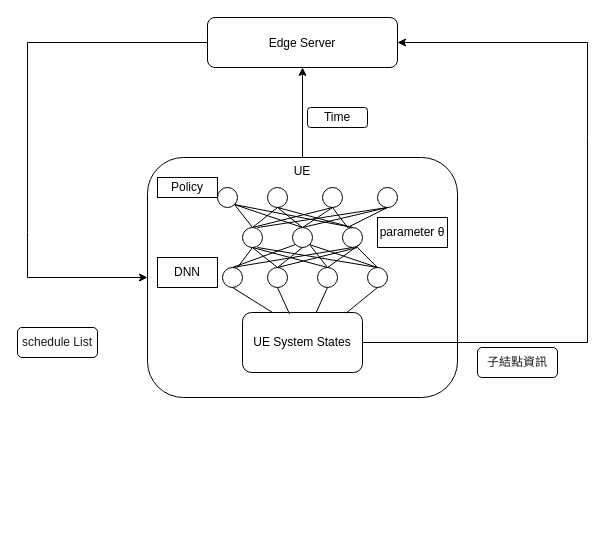
Earlier version of the draw.io diagram page "Page-1" (1 of 3) of RL_Choice.drawio (108703054nccu/Edge_Computing_Schedule). Source tidied: cells renumbered, new cells numbered last; positions are measured from the earlier drawing's top-left corner, leaving out a move shared by most shapes. Both pictures are drawn from the tidied source at 100%, with x=0, y=0 at pixel (17, 17).
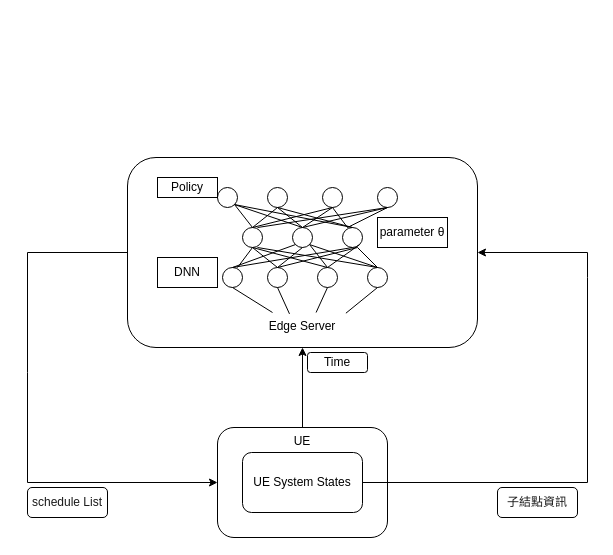
Above is the later version.

Unchanged cells that the change refers to:
```xml
<mxCell id="11" style="ellipse;whiteSpace=wrap;html=1;" parent="1" vertex="1">
  <mxGeometry x="205" y="250" width="20" height="20" as="geometry" />
</mxCell>
<mxCell id="12" style="ellipse;whiteSpace=wrap;html=1;" parent="1" vertex="1">
  <mxGeometry x="250" y="250" width="20" height="20" as="geometry" />
</mxCell>
<mxCell id="13" style="ellipse;whiteSpace=wrap;html=1;" parent="1" vertex="1">
  <mxGeometry x="300" y="250" width="20" height="20" as="geometry" />
</mxCell>
<mxCell id="14" style="ellipse;whiteSpace=wrap;html=1;" parent="1" vertex="1">
  <mxGeometry x="350" y="250" width="20" height="20" as="geometry" />
</mxCell>
```

What changed in the source:
```diff
@@
-    <mxCell id="2" value="&lt;p&gt;Edge Server&lt;/p&gt;" style="rounded=1;whiteSpace=wrap;html=1;sketch=0;shadow=0;gradientColor=none;fillColor=default;glass=0;verticalAlign=top;" parent="1" vertex="1">
-      <mxGeometry x="190" width="190" height="50" as="geometry" />
+    <mxCell id="2" value="&lt;p&gt;Edge Server&lt;/p&gt;" style="rounded=1;whiteSpace=wrap;html=1;sketch=0;shadow=0;gradientColor=none;fillColor=default;glass=0;verticalAlign=bottom;" parent="1" vertex="1">
+      <mxGeometry x="110" y="140" width="350" height="190" as="geometry" />
     </mxCell>
     <mxCell id="3" value="UE" style="rounded=1;whiteSpace=wrap;html=1;shadow=0;glass=0;sketch=0;fillColor=default;gradientColor=none;verticalAlign=top;" parent="1" vertex="1">
-      <mxGeometry x="130" y="140" width="310" height="240" as="geometry" />
+      <mxGeometry x="200" y="410" width="170" height="110" as="geometry" />
     </mxCell>
@@
     <mxCell id="5" style="endArrow=classic;html=1;rounded=0;exitX=1;exitY=0.5;exitDx=0;exitDy=0;entryX=1;entryY=0.5;entryDx=0;entryDy=0;" parent="1" edge="1" source="10" target="2">
       <mxGeometry relative="1" as="geometry">
         <Array as="points">
-          <mxPoint x="570" y="325" />
-          <mxPoint x="570" y="120" />
-          <mxPoint x="570" y="25" />
+          <mxPoint x="570" y="465" />
+          <mxPoint x="570" y="260" />
+          <mxPoint x="570" y="235" />
         </Array>
       </mxGeometry>
     </mxCell>
     <mxCell id="6" style="endArrow=classic;html=1;rounded=0;exitX=0;exitY=0.5;exitDx=0;exitDy=0;fontColor=#9933FF;entryX=0;entryY=0.5;entryDx=0;entryDy=0;labelBackgroundColor=#1A1A1A;" parent="1" edge="1" source="2" target="3">
       <mxGeometry relative="1" as="geometry">
         <Array as="points">
-          <mxPoint x="10" y="25" />
-          <mxPoint x="10" y="215" />
-          <mxPoint x="10" y="260" />
+          <mxPoint x="10" y="235" />
+          <mxPoint x="10" y="355" />
+          <mxPoint x="10" y="465" />
         </Array>
       </mxGeometry>
     </mxCell>
     <mxCell id="7" value="Time" style="rounded=1;whiteSpace=wrap;html=1;shadow=0;glass=0;sketch=0;fillColor=default;gradientColor=none;" parent="1" vertex="1">
-      <mxGeometry x="290" y="90" width="60" height="20" as="geometry" />
+      <mxGeometry x="290" y="335" width="60" height="20" as="geometry" />
     </mxCell>
     <mxCell id="8" value="&lt;font color=&quot;#1a1a1a&quot;&gt;子結點資訊&lt;br&gt;&lt;/font&gt;" style="rounded=1;whiteSpace=wrap;html=1;shadow=0;glass=0;sketch=0;fontColor=#9933FF;fillColor=default;gradientColor=none;" parent="1" vertex="1">
-      <mxGeometry x="460" y="330" width="80" height="30" as="geometry" />
+      <mxGeometry x="480" y="470" width="80" height="30" as="geometry" />
     </mxCell>
     <mxCell id="9" value="schedule List" style="rounded=1;whiteSpace=wrap;html=1;shadow=0;glass=0;sketch=0;fontColor=#1A1A1A;fillColor=default;gradientColor=none;" parent="1" vertex="1">
-      <mxGeometry y="310" width="80" height="30" as="geometry" />
+      <mxGeometry x="10" y="470" width="80" height="30" as="geometry" />
     </mxCell>
     <mxCell id="10" value="UE System States" style="rounded=1;whiteSpace=wrap;html=1;" parent="1" vertex="1">
-      <mxGeometry x="225" y="295" width="120" height="60" as="geometry" />
+      <mxGeometry x="225" y="435" width="120" height="60" as="geometry" />
     </mxCell>
@@
-    <mxCell id="22" style="endArrow=none;html=1;rounded=0;entryX=0.25;entryY=0;entryDx=0;entryDy=0;exitX=0.5;exitY=1;exitDx=0;exitDy=0;" parent="1" edge="1" source="11" target="10">
-      <mxGeometry relative="1" as="geometry" />
+    <mxCell id="22" style="endArrow=none;html=1;rounded=0;entryX=0.25;entryY=0;entryDx=0;entryDy=0;exitX=0.5;exitY=1;exitDx=0;exitDy=0;" parent="1" edge="1" source="11">
+      <mxGeometry relative="1" as="geometry">
+        <mxPoint x="255" y="295" as="targetPoint" />
+      </mxGeometry>
     </mxCell>
-    <mxCell id="23" style="endArrow=none;html=1;rounded=0;entryX=0.5;entryY=1;entryDx=0;entryDy=0;exitX=0.392;exitY=0.024;exitDx=0;exitDy=0;exitPerimeter=0;" parent="1" edge="1" source="10" target="12">
-      <mxGeometry relative="1" as="geometry" />
+    <mxCell id="23" style="endArrow=none;html=1;rounded=0;entryX=0.5;entryY=1;entryDx=0;entryDy=0;exitX=0.392;exitY=0.024;exitDx=0;exitDy=0;exitPerimeter=0;" parent="1" edge="1" target="12">
+      <mxGeometry relative="1" as="geometry">
+        <mxPoint x="272" y="296.4" as="sourcePoint" />
+      </mxGeometry>
     </mxCell>
-    <mxCell id="24" style="endArrow=none;html=1;rounded=0;entryX=0.5;entryY=1;entryDx=0;entryDy=0;" parent="1" edge="1" source="10" target="13">
-      <mxGeometry relative="1" as="geometry" />
+    <mxCell id="24" style="endArrow=none;html=1;rounded=0;entryX=0.5;entryY=1;entryDx=0;entryDy=0;" parent="1" edge="1" target="13">
+      <mxGeometry relative="1" as="geometry">
+        <mxPoint x="298.6" y="295" as="sourcePoint" />
+      </mxGeometry>
     </mxCell>
-    <mxCell id="25" style="endArrow=none;html=1;rounded=0;entryX=0.5;entryY=1;entryDx=0;entryDy=0;exitX=0.862;exitY=0.012;exitDx=0;exitDy=0;exitPerimeter=0;" parent="1" edge="1" source="10" target="14">
-      <mxGeometry relative="1" as="geometry" />
+    <mxCell id="25" style="endArrow=none;html=1;rounded=0;entryX=0.5;entryY=1;entryDx=0;entryDy=0;exitX=0.862;exitY=0.012;exitDx=0;exitDy=0;exitPerimeter=0;" parent="1" edge="1" target="14">
+      <mxGeometry relative="1" as="geometry">
+        <mxPoint x="328.4" y="295.7" as="sourcePoint" />
+      </mxGeometry>
     </mxCell>
```
